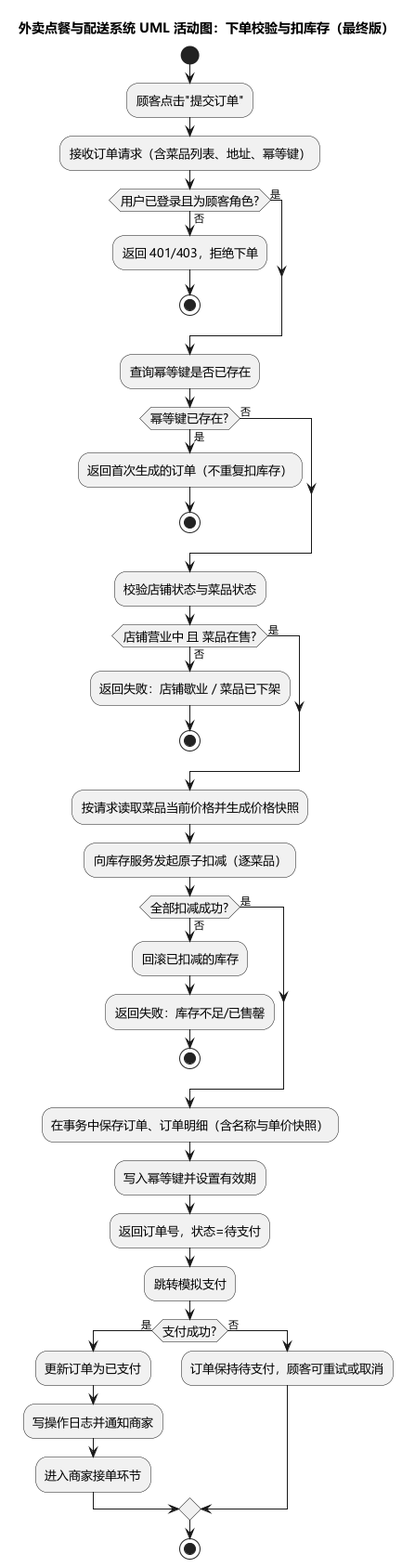
JZCTX/SEpa2026 keeps this PlantUML diagram as 实验2/UML/UML活动图.png. Above is the earlier version.
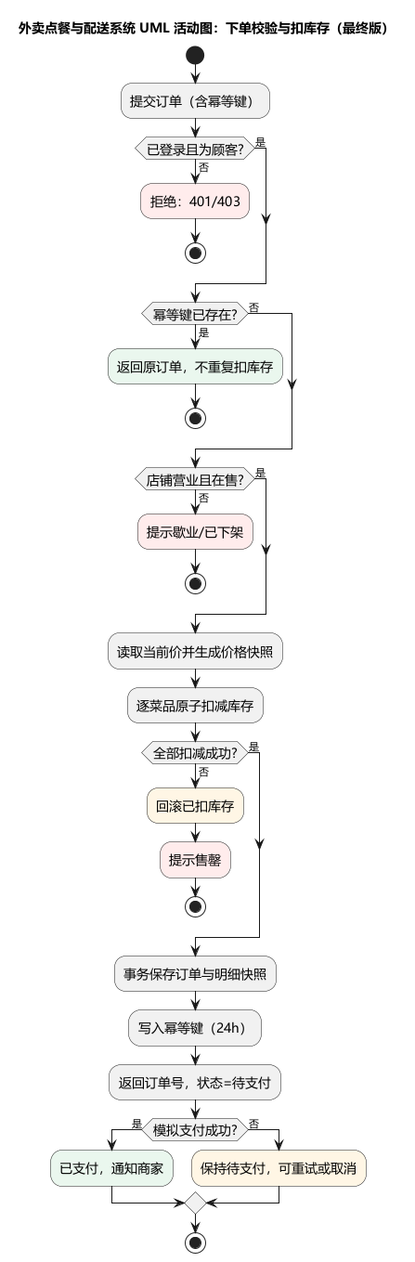
The same file after the commit.

Diff of the diagram source:
```diff
@@ -2,57 +2,45 @@
 skinparam defaultFontName "Microsoft YaHei"
 skinparam backgroundColor #FFFFFF
 skinparam shadowing false
-skinparam activityFontSize 13
+skinparam activityFontSize 14
 skinparam ArrowFontSize 11
+skinparam nodesep 20
+skinparam ranksep 28
 
 title 外卖点餐与配送系统 UML 活动图：下单校验与扣库存（最终版）
 
 start
-:顾客点击"提交订单";
-:接收订单请求（含菜品列表、地址、幂等键）;
-
-if (用户已登录且为顾客角色?) then (否)
-  :返回 401/403，拒绝下单;
+:提交订单（含幂等键）;
+if (已登录且为顾客?) then (否)
+  #FFECEC:拒绝：401/403;
   stop
 else (是)
 endif
-
-:查询幂等键是否已存在;
-
 if (幂等键已存在?) then (是)
-  :返回首次生成的订单（不重复扣库存）;
+  #EAF7EE:返回原订单，不重复扣库存;
   stop
 else (否)
 endif
-
-:校验店铺状态与菜品状态;
-if (店铺营业中 且 菜品在售?) then (否)
-  :返回失败：店铺歇业 / 菜品已下架;
+if (店铺营业且在售?) then (否)
+  #FFECEC:提示歇业/已下架;
   stop
 else (是)
 endif
-
-:按请求读取菜品当前价格并生成价格快照;
-:向库存服务发起原子扣减（逐菜品）;
-
+:读取当前价并生成价格快照;
+:逐菜品原子扣减库存;
 if (全部扣减成功?) then (否)
-  :回滚已扣减的库存;
-  :返回失败：库存不足/已售罄;
+  #FFF6E5:回滚已扣库存;
+  #FFECEC:提示售罄;
   stop
 else (是)
 endif
-
-:在事务中保存订单、订单明细（含名称与单价快照）;
-:写入幂等键并设置有效期;
+:事务保存订单与明细快照;
+:写入幂等键（24h）;
 :返回订单号，状态=待支付;
-:跳转模拟支付;
-
-if (支付成功?) then (是)
-  :更新订单为已支付;
-  :写操作日志并通知商家;
-  :进入商家接单环节;
+if (模拟支付成功?) then (是)
+  #EAF7EE:已支付，通知商家;
 else (否)
-  :订单保持待支付，顾客可重试或取消;
+  #FFF6E5:保持待支付，可重试或取消;
 endif
 stop
 
```
